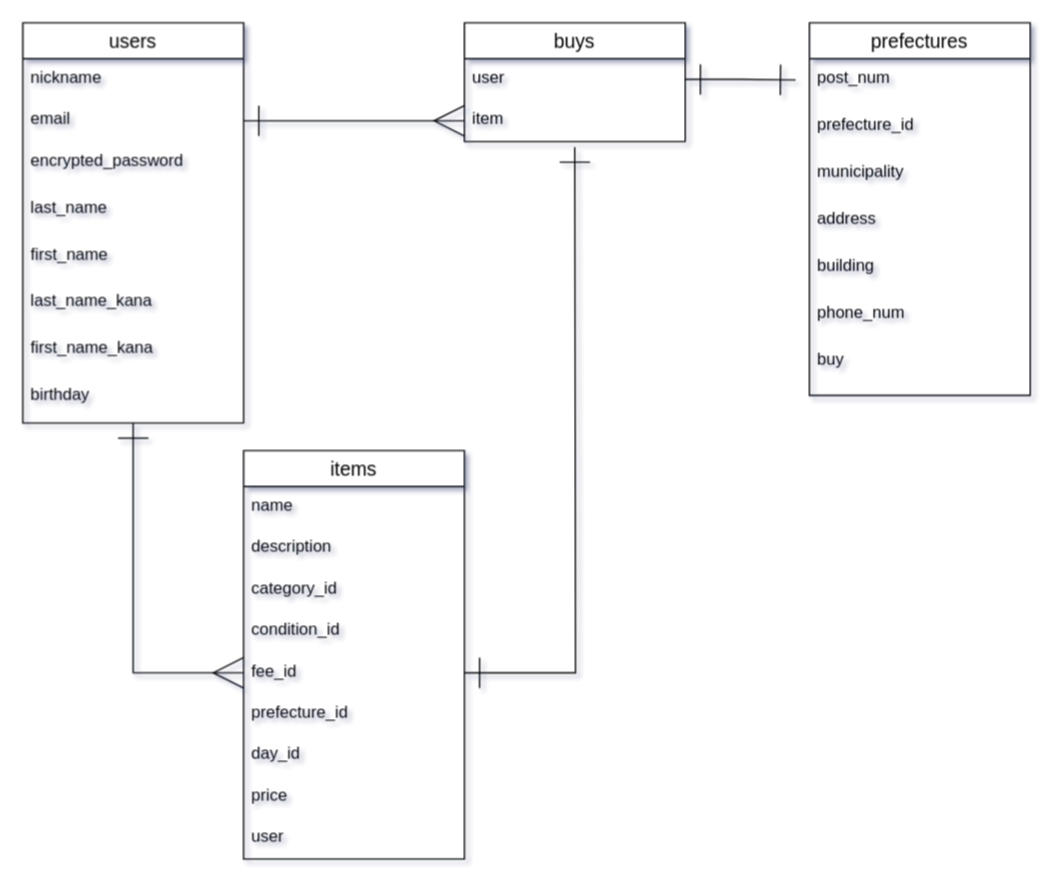
The draw.io diagram test.dio in yuka7110/furima-32839, before the edit. Source tidied: cells renumbered, new cells numbered last; positions are measured from the earlier drawing's top-left corner, leaving out a move shared by most shapes. Both pictures are drawn from the tidied source at 138%, with x=0, y=0 at pixel (22, 22).
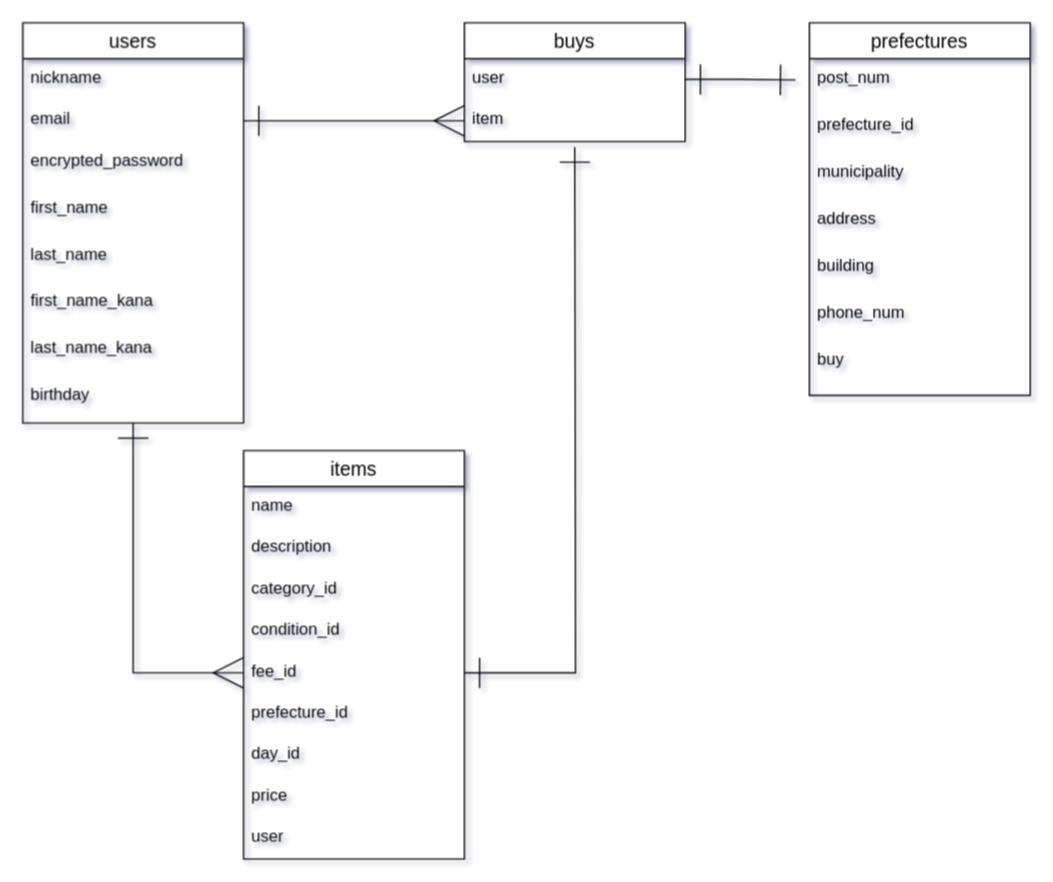
After the change.

The change refers to these unchanged cells:
```xml
<mxCell id="13" value="users" style="swimlane;fontStyle=0;horizontal=1;startSize=26;align=center;fontSize=14;" parent="1" vertex="1">
  <mxGeometry width="160" height="290" as="geometry" />
</mxCell>
```

The edit, as a diff of the source:
```diff
@@
-    <mxCell id="17" value="last_name" style="text;strokeColor=none;fillColor=none;spacingLeft=4;spacingRight=4;overflow=hidden;fontSize=12;" parent="13" vertex="1">
+    <mxCell id="17" value="first_name" style="text;strokeColor=none;fillColor=none;spacingLeft=4;spacingRight=4;overflow=hidden;fontSize=12;" parent="13" vertex="1">
       <mxGeometry y="120" width="160" height="34" as="geometry" />
     </mxCell>
-    <mxCell id="18" value="first_name" style="text;strokeColor=none;fillColor=none;spacingLeft=4;spacingRight=4;overflow=hidden;fontSize=12;" parent="13" vertex="1">
+    <mxCell id="18" value="last_name" style="text;strokeColor=none;fillColor=none;spacingLeft=4;spacingRight=4;overflow=hidden;fontSize=12;" parent="13" vertex="1">
       <mxGeometry y="154" width="160" height="34" as="geometry" />
     </mxCell>
-    <mxCell id="19" value="last_name_kana" style="text;strokeColor=none;fillColor=none;spacingLeft=4;spacingRight=4;overflow=hidden;fontSize=12;" parent="13" vertex="1">
+    <mxCell id="19" value="first_name_kana" style="text;strokeColor=none;fillColor=none;spacingLeft=4;spacingRight=4;overflow=hidden;fontSize=12;" parent="13" vertex="1">
       <mxGeometry y="188" width="160" height="34" as="geometry" />
     </mxCell>
-    <mxCell id="20" value="first_name_kana" style="text;strokeColor=none;fillColor=none;spacingLeft=4;spacingRight=4;overflow=hidden;fontSize=12;" parent="13" vertex="1">
+    <mxCell id="20" value="last_name_kana" style="text;strokeColor=none;fillColor=none;spacingLeft=4;spacingRight=4;overflow=hidden;fontSize=12;" parent="13" vertex="1">
       <mxGeometry y="222" width="160" height="34" as="geometry" />
     </mxCell>
```
